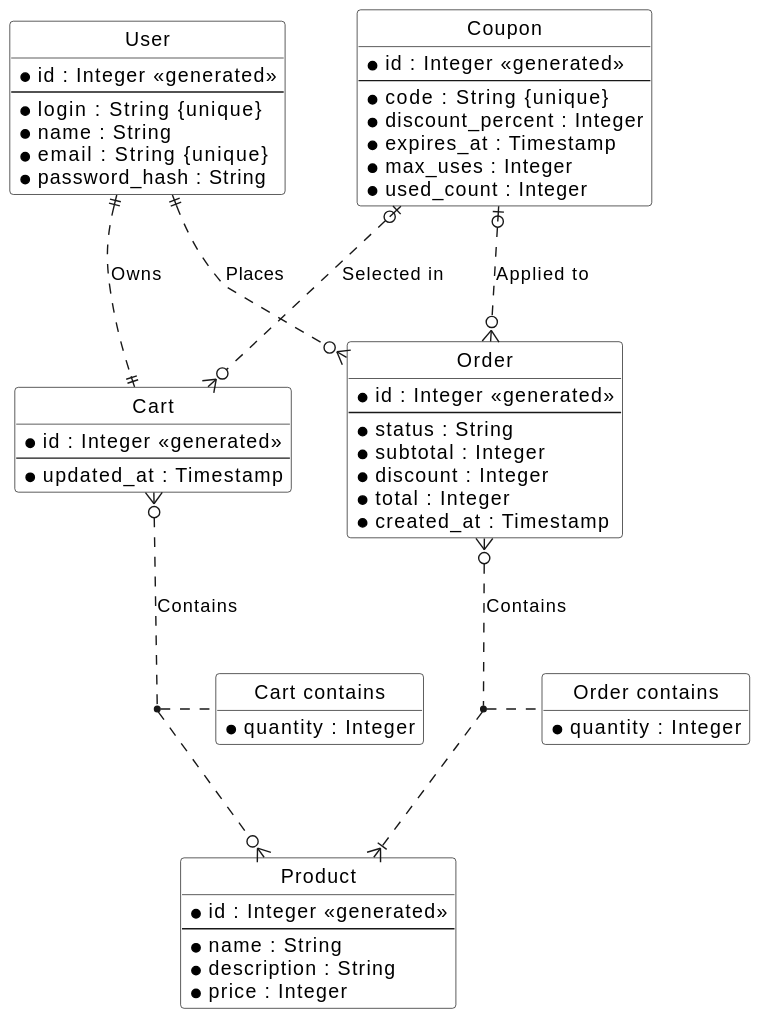
Earlier version of the PlantUML export docs/data_model/er_logic.svg (Valentin92257/api-security-lab). Source of this version:
```plantuml
@startuml
skinparam nodesep 40
skinparam ranksep 80
skinparam class {
  BackgroundColor transparent
}
hide empty members
hide circle

entity "User" as usr {
    *id : Integer <<generated>>
    --
    *login : String {unique}
    *name : String
    *email : String {unique}
    *password_hash : String
}

entity "Product" as prod {
    *id : Integer <<generated>>
    --
    *name : String
    *description : String
    *price : Integer
}

entity "Coupon" as cpn {
    *id : Integer <<generated>>
    --
    *code : String {unique}
    *discount_percent : Integer
    *expires_at : Timestamp
    *max_uses : Integer
    *used_count : Integer
}

entity "Cart" as cart {
    *id : Integer <<generated>>
    --
    *updated_at : Timestamp
}

entity "Order" as ord {
    *id : Integer <<generated>>
    --
    *status : String
    *subtotal : Integer
    *discount : Integer
    *total : Integer
    *created_at : Timestamp
}

entity "Cart contains" as cart_rel {
    *quantity : Integer
}

entity "Order contains" as ord_rel {
    *quantity : Integer
}

usr  ||..||  cart  : Owns
usr  ||..o{  ord   : Places

cart }o..o{  prod  : Contains
(cart, prod) .. cart_rel

ord  }o..|{  prod  : Contains
(ord, prod) .. ord_rel

cpn  |o..o{  cart  : Selected in
cpn  |o..o{  ord   : Applied to
@enduml
```
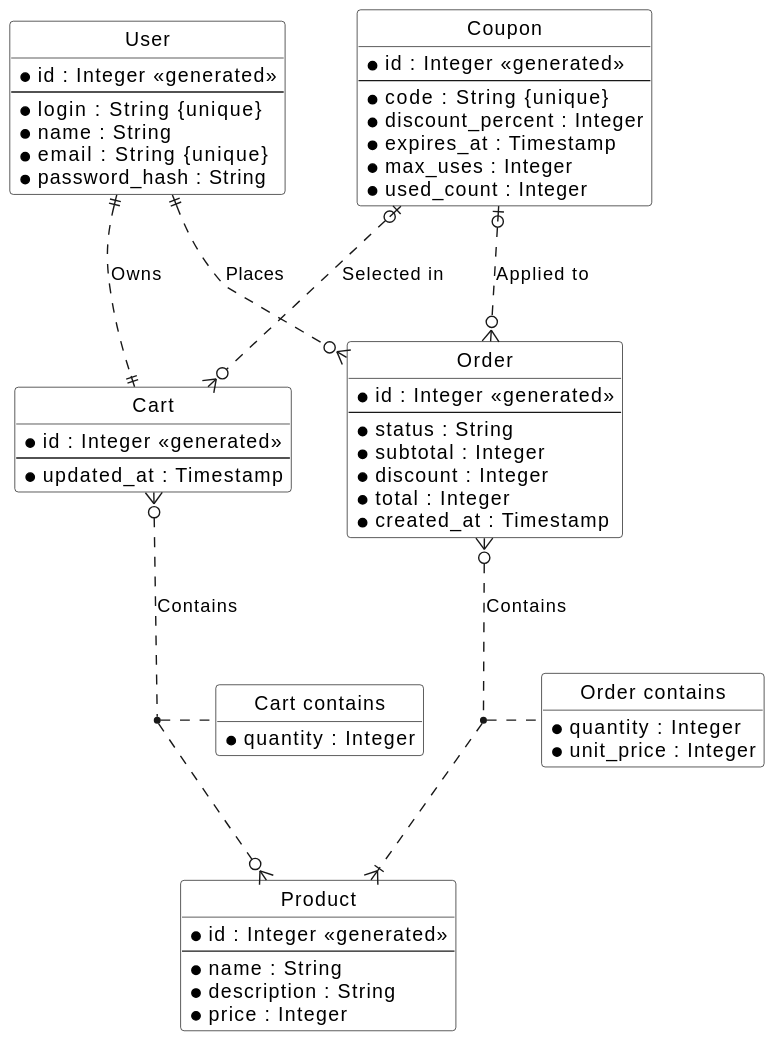
After the change.

Commit message:
SECURITYLAB-4 add physical schema and fix er

The edit, as a diff of the source:
```diff
@@ -56,6 +56,7 @@
 
 entity "Order contains" as ord_rel {
     *quantity : Integer
+    *unit_price : Integer
 }
 
 usr  ||..||  cart  : Owns
```
